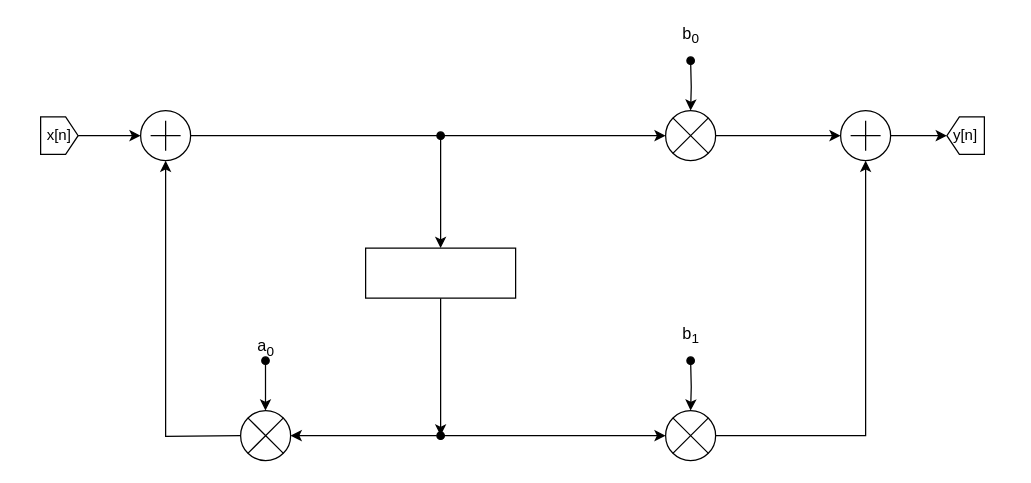
This is LAB1/homebook/images/sorgenti/IIR1.drawio from campandrea/Lab_ISA, a draw.io file, before an edit. Source tidied: cells renumbered, new cells numbered last; positions are measured from the earlier drawing's top-left corner, leaving out a move shared by most shapes. Both pictures are drawn from the tidied source at 125%, with x=0, y=0 at pixel (34, 22).
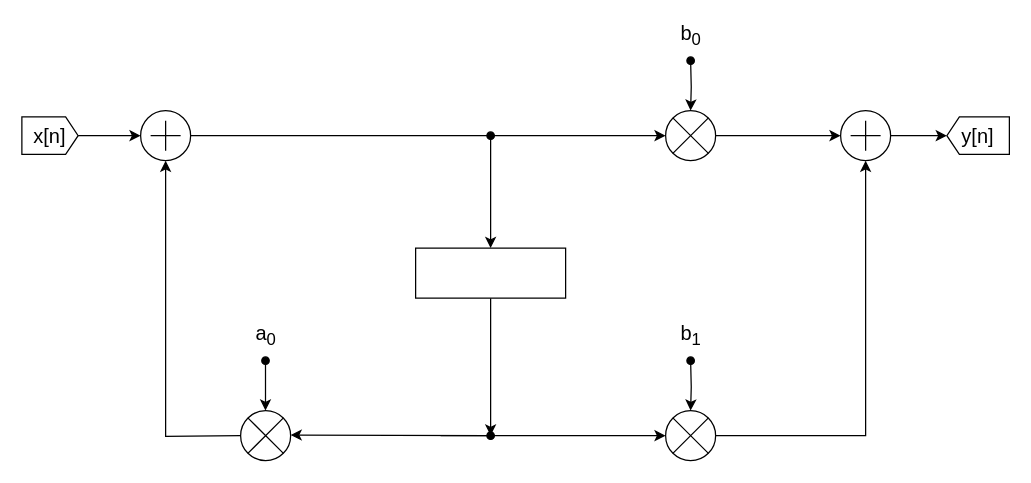
Above is the later version.

What changed in the source:
```diff
@@
     <mxCell id="10" style="shape=mxgraph.arrows2.arrow;verticalLabelPosition=bottom;shadow=0;dashed=0;align=center;html=1;verticalAlign=top;strokeWidth=1;dy=0;dx=10;notch=0;" parent="1" vertex="1">
-      <mxGeometry x="5" y="75" width="30" height="30" as="geometry" />
+      <mxGeometry x="-10" y="75" width="45" height="30" as="geometry" />
     </mxCell>
     <mxCell id="11" style="shape=mxgraph.arrows2.arrow;verticalLabelPosition=bottom;shadow=0;dashed=0;align=center;html=1;verticalAlign=top;strokeWidth=1;dy=0;dx=10;notch=0;direction=west;" parent="1" vertex="1">
-      <mxGeometry x="730" y="75" width="30" height="30" as="geometry" />
+      <mxGeometry x="730" y="75" width="50" height="30" as="geometry" />
     </mxCell>
     <mxCell id="12" style="edgeStyle=orthogonalEdgeStyle;rounded=0;jettySize=auto;html=1;startArrow=oval;startFill=1;" parent="1" edge="1" target="14">
       <mxGeometry relative="1" as="geometry">
-        <mxPoint x="325" y="90" as="sourcePoint" />
+        <mxPoint x="365" y="90" as="sourcePoint" />
         <Array as="points">
-          <mxPoint x="325" y="90" />
+          <mxPoint x="365" y="90" />
         </Array>
       </mxGeometry>
     </mxCell>
     <mxCell id="13" style="edgeStyle=orthogonalEdgeStyle;rounded=0;jettySize=auto;html=1;startArrow=none;startFill=0;" parent="1" edge="1" source="14">
       <mxGeometry relative="1" as="geometry">
-        <mxPoint x="325" y="330" as="targetPoint" />
+        <mxPoint x="365" y="330" as="targetPoint" />
       </mxGeometry>
     </mxCell>
     <mxCell id="14" style="rounded=0;whiteSpace=wrap;html=1;" parent="1" vertex="1">
-      <mxGeometry x="265" y="180" width="120" height="40" as="geometry" />
+      <mxGeometry x="305" y="180" width="120" height="40" as="geometry" />
     </mxCell>
@@
     <mxCell id="17" style="edgeStyle=orthogonalEdgeStyle;rounded=0;orthogonalLoop=1;jettySize=auto;html=1;startArrow=oval;startFill=1;entryX=1;entryY=0.5;entryDx=0;entryDy=0;entryPerimeter=0;" parent="1" edge="1">
       <mxGeometry relative="1" as="geometry">
-        <mxPoint x="325" y="330" as="sourcePoint" />
-        <mxPoint x="205" y="330" as="targetPoint" />
+        <mxPoint x="365" y="330" as="sourcePoint" />
+        <mxPoint x="205" y="329.5" as="targetPoint" />
         <Array as="points">
-          <mxPoint x="325" y="330" />
+          <mxPoint x="365" y="330" />
+          <mxPoint x="365" y="330" />
         </Array>
       </mxGeometry>
     </mxCell>
@@
-    <mxCell id="19" value="x[n]" style="text;html=1;strokeColor=none;fillColor=none;align=center;verticalAlign=middle;whiteSpace=wrap;rounded=0;" parent="1" vertex="1">
-      <mxGeometry y="80" width="40" height="20" as="geometry" />
+    <mxCell id="19" value="&lt;font style=&quot;font-size: 16px&quot;&gt;x[n]&lt;/font&gt;" style="text;html=1;strokeColor=none;fillColor=none;align=center;verticalAlign=middle;whiteSpace=wrap;rounded=0;" parent="1" vertex="1">
+      <mxGeometry x="-10" y="75" width="45" height="30" as="geometry" />
     </mxCell>
-    <mxCell id="20" value="y[n]" style="text;html=1;strokeColor=none;fillColor=none;align=center;verticalAlign=middle;whiteSpace=wrap;rounded=0;" parent="1" vertex="1">
-      <mxGeometry x="725" y="80" width="40" height="20" as="geometry" />
+    <mxCell id="20" value="&lt;font style=&quot;font-size: 16px&quot;&gt;y[n]&lt;/font&gt;" style="text;html=1;strokeColor=none;fillColor=none;align=center;verticalAlign=middle;whiteSpace=wrap;rounded=0;" parent="1" vertex="1">
+      <mxGeometry x="735" y="80" width="40" height="20" as="geometry" />
     </mxCell>
-    <mxCell id="21" value="&lt;font style=&quot;font-size: 13px&quot;&gt;b&lt;sub&gt;0&lt;/sub&gt;&lt;/font&gt;" style="text;html=1;align=center;verticalAlign=middle;" parent="1" vertex="1">
+    <mxCell id="21" value="&lt;font style=&quot;font-size: 16px&quot;&gt;b&lt;sub&gt;0&lt;/sub&gt;&lt;/font&gt;" style="text;html=1;align=center;verticalAlign=middle;" parent="1" vertex="1">
       <mxGeometry x="510" width="30" height="20" as="geometry" />
     </mxCell>
-    <mxCell id="22" value="&lt;span style=&quot;font-size: 13px&quot;&gt;b&lt;sub&gt;1&lt;/sub&gt;&lt;/span&gt;" style="text;html=1;align=center;verticalAlign=middle;" parent="1" vertex="1">
+    <mxCell id="22" value="&lt;span style=&quot;font-size: 16px&quot;&gt;b&lt;sub&gt;1&lt;/sub&gt;&lt;/span&gt;" style="text;html=1;align=center;verticalAlign=middle;" parent="1" vertex="1">
       <mxGeometry x="510" y="240" width="30" height="20" as="geometry" />
     </mxCell>
-    <mxCell id="23" value="&lt;span style=&quot;font-size: 13px&quot;&gt;a&lt;sub&gt;0&lt;/sub&gt;&lt;/span&gt;" style="text;html=1;align=center;verticalAlign=middle;" parent="1" vertex="1">
-      <mxGeometry x="170" y="250" width="30" height="20" as="geometry" />
+    <mxCell id="23" value="&lt;span style=&quot;font-size: 16px&quot;&gt;a&lt;sub&gt;0&lt;/sub&gt;&lt;/span&gt;" style="text;html=1;align=center;verticalAlign=middle;" parent="1" vertex="1">
+      <mxGeometry x="170" y="240" width="30" height="20" as="geometry" />
     </mxCell>
```
